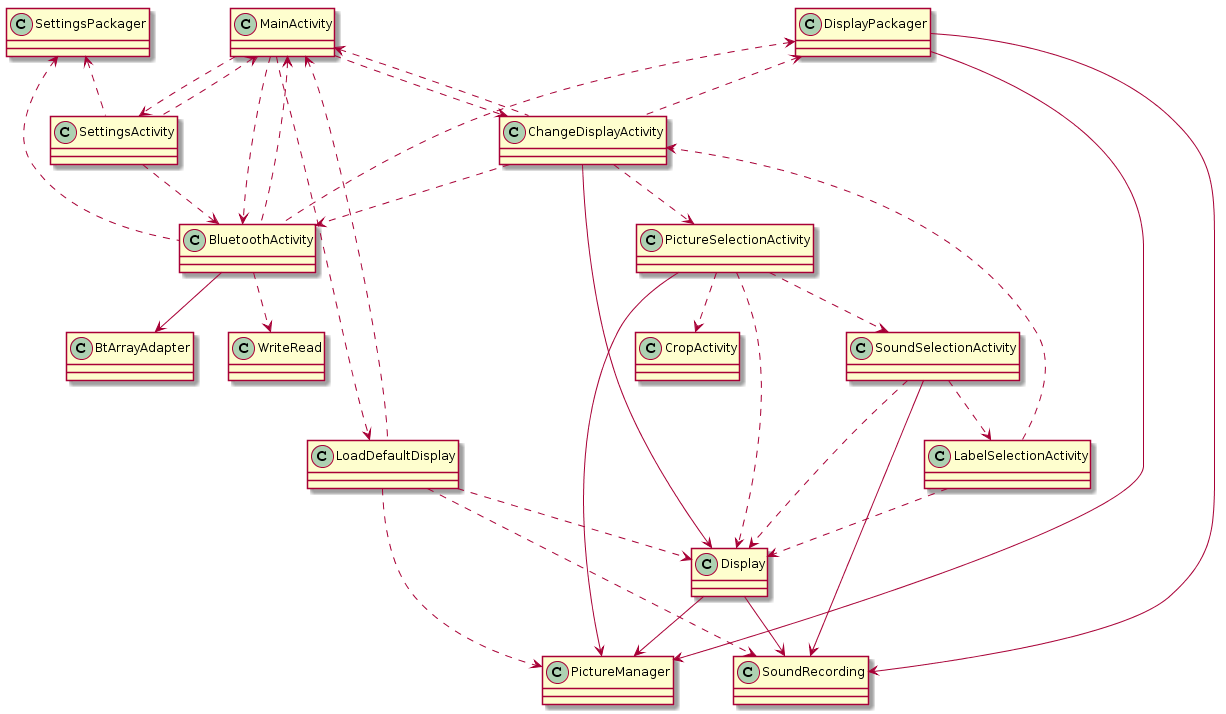
Before: design/basicoutline.png, a diagram exported from PlantUML (boxetham/CommunicationDeviceSystem).
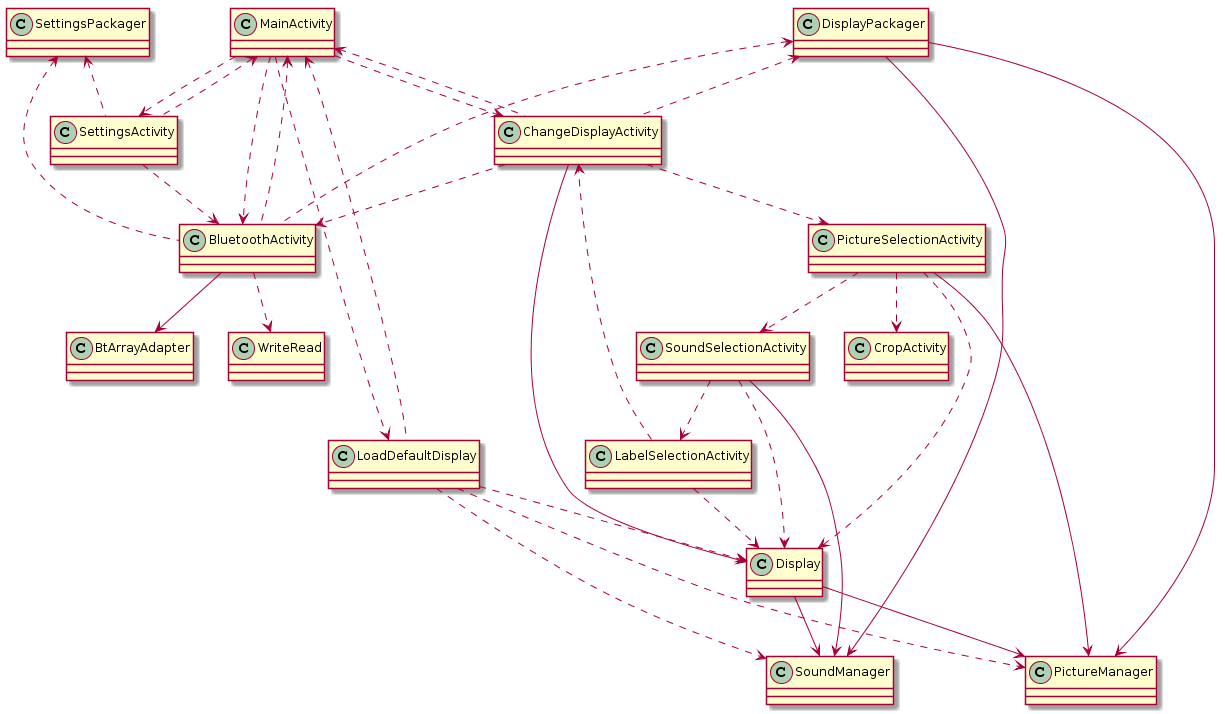
After the commit.

Diff of the diagram source:
```diff
@@ -1,53 +1,5 @@
 @startuml
-class BluetoothActivity
-{
-}
-class WriteRead{
-}
-class BtArrayAdapter
-{
-}
 BluetoothActivity ..> WriteRead
-
-class ChangeDisplayActivity
-{
-}
-class CropActivity
-{
-}
-class Display
-{
-}
-class DisplayPackager
-{
-}
-class LabelSelectionActivity
-{
-}
-class LoadDefaultDisplay
-{
-}
-class MainActivity
-{
-}
-class PictureManager
-{
-}
-class PictureSelectionActivity
-{
-}
-class SettingsActivity
-{
-}
-class SettingsPackager
-{
-}
-class SoundRecording
-{
-}
-class SoundSelectionActivity
-{
-}
 DisplayPackager <.. BluetoothActivity
 SettingsPackager <.. BluetoothActivity
 DisplayPackager <.. ChangeDisplayActivity
@@ -69,15 +21,15 @@
 PictureSelectionActivity ..> SoundSelectionActivity
 SoundSelectionActivity ..> LabelSelectionActivity
 LabelSelectionActivity ..> ChangeDisplayActivity
-SoundSelectionActivity --> SoundRecording
+SoundSelectionActivity --> SoundManager
 PictureSelectionActivity --> PictureManager
 BluetoothActivity --> BtArrayAdapter
 Display --> PictureManager
-Display --> SoundRecording
+Display --> SoundManager
 DisplayPackager --> PictureManager
-DisplayPackager --> SoundRecording
+DisplayPackager --> SoundManager
 LoadDefaultDisplay ..> PictureManager
-LoadDefaultDisplay ..> SoundRecording
+LoadDefaultDisplay ..> SoundManager
 PictureSelectionActivity ..> Display
 SoundSelectionActivity ..> Display
 LabelSelectionActivity ..> Display
```
